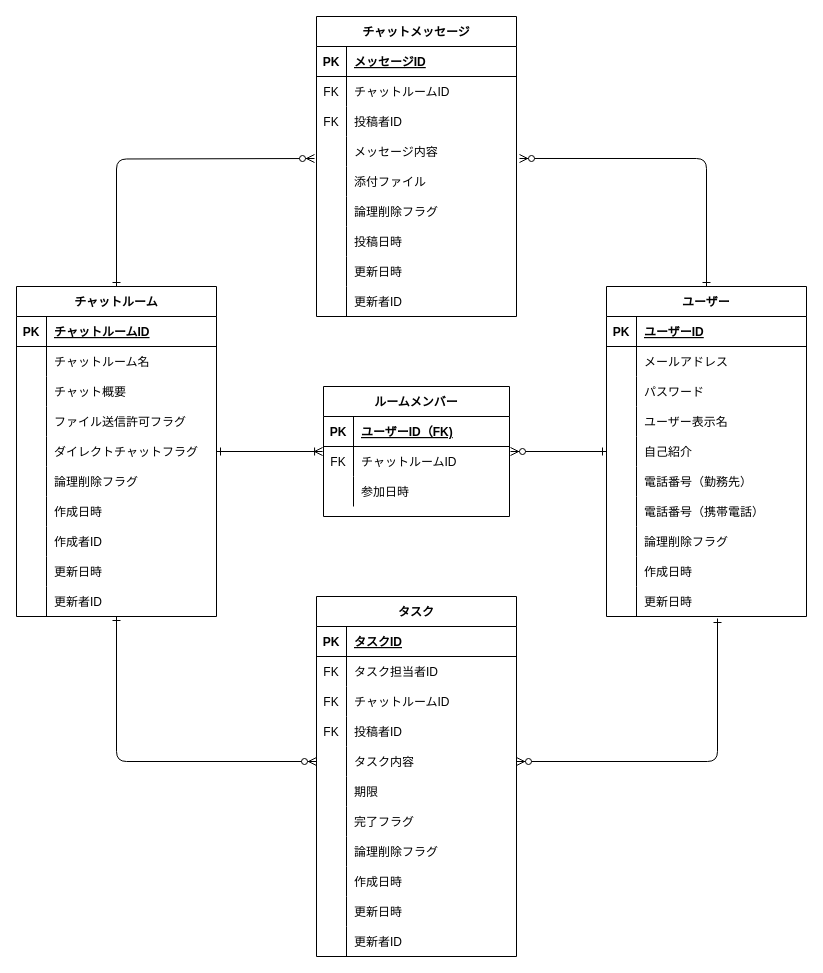
shihoono/quelcode-db keeps this draw.io diagram as db/db-challenge1/first.drawio. Above is the earlier version. Source tidied: cells renumbered, new cells numbered last; positions are measured from the earlier drawing's top-left corner, leaving out a move shared by most shapes. Both pictures are drawn from the tidied source at 100%, with x=0, y=0 at pixel (16, 16).
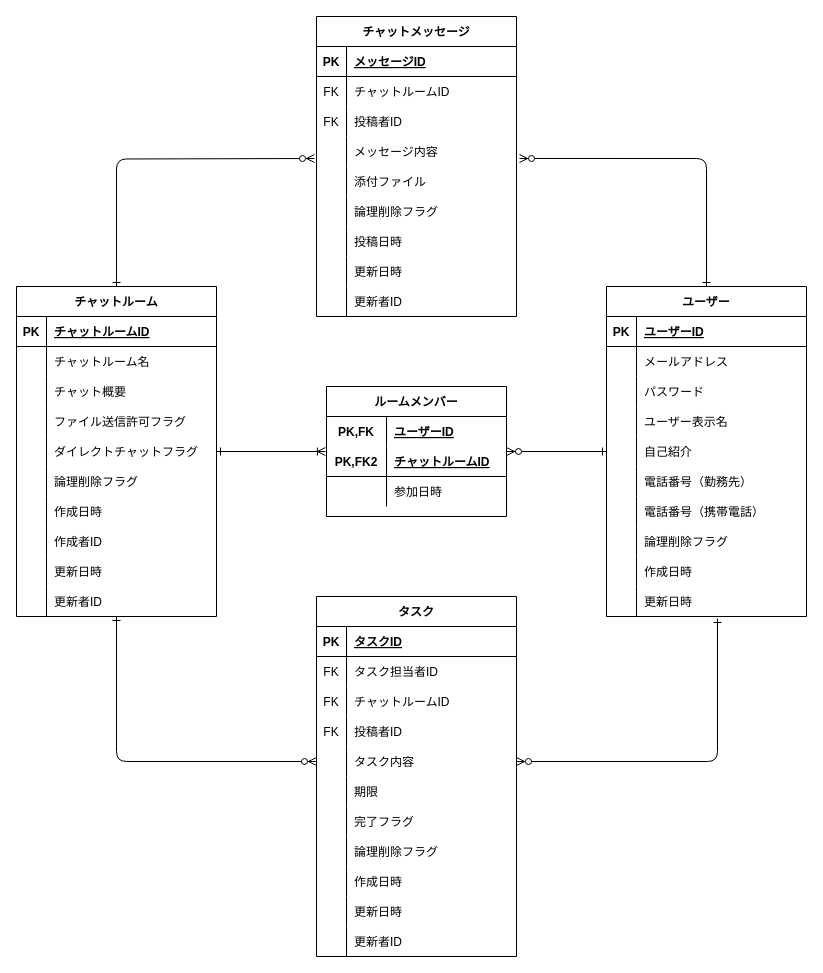
The same diagram, later.

Commit message:
ルームメンバーテーブルフォーマット変更

Unchanged cells that the change refers to:
```xml
<mxCell id="20" style="shape=partialRectangle;fillColor=none;top=0;left=0;bottom=0;right=0;points=[[0,0.5],[1,0.5]];portConstraint=eastwest;" parent="7" vertex="1">
  <mxGeometry y="150" width="200" height="30" as="geometry" />
</mxCell>
<mxCell id="80" style="shape=partialRectangle;fillColor=none;top=0;left=0;bottom=0;right=0;points=[[0,0.5],[1,0.5]];portConstraint=eastwest;" parent="67" vertex="1">
  <mxGeometry y="150" width="200" height="30" as="geometry" />
</mxCell>
```

Change to the diagram source:
```diff
@@
-    <mxCell id="2" style="fontSize=12;html=1;endArrow=ERoneToMany;startArrow=ERone;entryX=-0.005;entryY=0.167;entryDx=0;entryDy=0;entryPerimeter=0;exitX=1;exitY=0.5;exitDx=0;exitDy=0;startFill=0;endFill=0;" parent="1" edge="1" source="20" target="102">
+    <mxCell id="2" style="fontSize=12;html=1;endArrow=ERoneToMany;startArrow=ERone;entryX=-0.006;entryY=0.167;entryDx=0;entryDy=0;entryPerimeter=0;exitX=1;exitY=0.5;exitDx=0;exitDy=0;startFill=0;endFill=0;" parent="1" edge="1" source="20" target="145">
       <mxGeometry relative="1" as="geometry" />
     </mxCell>
     <mxCell id="3" style="fontSize=12;html=1;endArrow=ERone;startArrow=ERzeroToMany;endFill=0;entryX=0;entryY=0.5;entryDx=0;entryDy=0;startFill=1;" parent="1" edge="1" target="80">
       <mxGeometry relative="1" as="geometry">
-        <mxPoint x="494" y="435" as="sourcePoint" />
+        <mxPoint x="490" y="435" as="sourcePoint" />
       </mxGeometry>
     </mxCell>
@@
-    <mxCell id="98" value="ルームメンバー" style="shape=table;startSize=30;childLayout=tableLayout;rowLines=0;fontStyle=1;align=center;" parent="1" vertex="1">
-      <mxGeometry x="307" y="370" width="186" height="130" as="geometry" />
-    </mxCell>
-    <mxCell id="99" style="shape=partialRectangle;fillColor=none;top=0;left=0;bottom=1;right=0;" parent="98" vertex="1">
-      <mxGeometry y="30" width="186" height="30" as="geometry" />
-    </mxCell>
-    <mxCell id="100" value="PK" style="shape=partialRectangle;fillColor=none;top=0;left=0;bottom=0;right=0;fontStyle=1;overflow=hidden;" parent="99" vertex="1">
-      <mxGeometry width="30" height="30" as="geometry" />
-    </mxCell>
-    <mxCell id="101" value="ユーザーID（FK)" style="shape=partialRectangle;fillColor=none;top=0;left=0;bottom=0;right=0;align=left;spacingLeft=6;fontStyle=5;overflow=hidden;" parent="99" vertex="1">
-      <mxGeometry x="30" width="156" height="30" as="geometry" />
-    </mxCell>
-    <mxCell id="102" style="shape=partialRectangle;fillColor=none;top=0;left=0;bottom=0;right=0;points=[[0,0.5],[1,0.5]];portConstraint=eastwest;" parent="98" vertex="1">
-      <mxGeometry y="60" width="186" height="30" as="geometry" />
-    </mxCell>
-    <mxCell id="103" value="FK" style="shape=partialRectangle;fillColor=none;top=0;left=0;bottom=0;right=0;overflow=hidden;" parent="102" vertex="1">
-      <mxGeometry width="30" height="30" as="geometry" />
-    </mxCell>
-    <mxCell id="104" value="チャットルームID" style="shape=partialRectangle;fillColor=none;top=0;left=0;bottom=0;right=0;align=left;spacingLeft=6;overflow=hidden;" parent="102" vertex="1">
-      <mxGeometry x="30" width="156" height="30" as="geometry" />
-    </mxCell>
-    <mxCell id="105" style="shape=partialRectangle;fillColor=none;top=0;left=0;bottom=0;right=0;" parent="98" vertex="1">
-      <mxGeometry y="90" width="186" height="30" as="geometry" />
-    </mxCell>
-    <mxCell id="106" style="shape=partialRectangle;fillColor=none;top=0;left=0;bottom=0;right=0;overflow=hidden;" parent="105" vertex="1">
-      <mxGeometry width="30" height="30" as="geometry" />
-    </mxCell>
-    <mxCell id="107" value="参加日時" style="shape=partialRectangle;fillColor=none;top=0;left=0;bottom=0;right=0;align=left;spacingLeft=6;overflow=hidden;" parent="105" vertex="1">
-      <mxGeometry x="30" width="156" height="30" as="geometry" />
-    </mxCell>
@@
+    <mxCell id="98" value="ルームメンバー" style="shape=table;startSize=30;childLayout=tableLayout;rowLines=0;fontStyle=1;align=center;" parent="1" vertex="1">
+      <mxGeometry x="310" y="370" width="180" height="130" as="geometry" />
+    </mxCell>
+    <mxCell id="142" style="shape=partialRectangle;fillColor=none;top=0;left=0;bottom=0;right=0;" parent="98" vertex="1">
+      <mxGeometry y="30" width="180" height="30" as="geometry" />
+    </mxCell>
+    <mxCell id="143" value="PK,FK" style="shape=partialRectangle;fillColor=none;top=0;left=0;bottom=0;right=0;fontStyle=1;overflow=hidden;" parent="142" vertex="1">
+      <mxGeometry width="60" height="30" as="geometry" />
+    </mxCell>
+    <mxCell id="144" value="ユーザーID" style="shape=partialRectangle;fillColor=none;top=0;left=0;bottom=0;right=0;align=left;spacingLeft=6;fontStyle=5;overflow=hidden;" parent="142" vertex="1">
+      <mxGeometry x="60" width="120" height="30" as="geometry" />
+    </mxCell>
+    <mxCell id="145" style="shape=partialRectangle;fillColor=none;top=0;left=0;bottom=1;right=0;points=[[0,0.5],[1,0.5]];portConstraint=eastwest;" parent="98" vertex="1">
+      <mxGeometry y="60" width="180" height="30" as="geometry" />
+    </mxCell>
+    <mxCell id="146" value="PK,FK2" style="shape=partialRectangle;fillColor=none;top=0;left=0;bottom=0;right=0;fontStyle=1;overflow=hidden;" parent="145" vertex="1">
+      <mxGeometry width="60" height="30" as="geometry" />
+    </mxCell>
+    <mxCell id="104" value="チャットルームID" style="shape=partialRectangle;fillColor=none;top=0;left=0;bottom=0;right=0;align=left;spacingLeft=6;fontStyle=5;overflow=hidden;" parent="145" vertex="1">
+      <mxGeometry x="60" width="120" height="30" as="geometry" />
+    </mxCell>
+    <mxCell id="147" style="shape=partialRectangle;fillColor=none;top=0;left=0;bottom=0;right=0;" parent="98" vertex="1">
+      <mxGeometry y="90" width="180" height="30" as="geometry" />
+    </mxCell>
+    <mxCell id="148" style="shape=partialRectangle;fillColor=none;top=0;left=0;bottom=0;right=0;overflow=hidden;" parent="147" vertex="1">
+      <mxGeometry width="60" height="30" as="geometry" />
+    </mxCell>
+    <mxCell id="107" value="参加日時" style="shape=partialRectangle;fillColor=none;top=0;left=0;bottom=0;right=0;align=left;spacingLeft=6;overflow=hidden;" parent="147" vertex="1">
+      <mxGeometry x="60" width="120" height="30" as="geometry" />
+    </mxCell>
```
